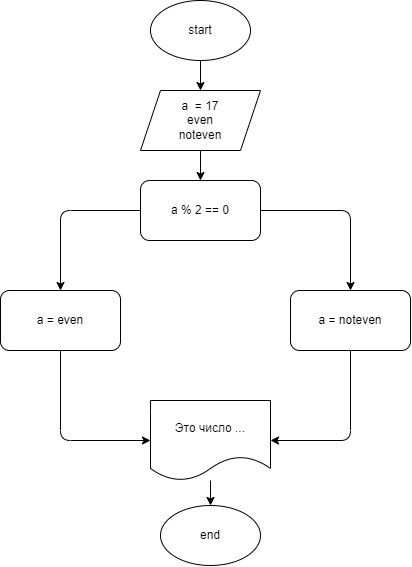
The draw.io diagram Lessons01/Examples/Task006/diagram.drawio.png in Mypulse/dotnet, before a commit. Source tidied: cells renumbered, new cells last; positions are measured from the earlier drawing's top-left corner, leaving out a move shared by most shapes.
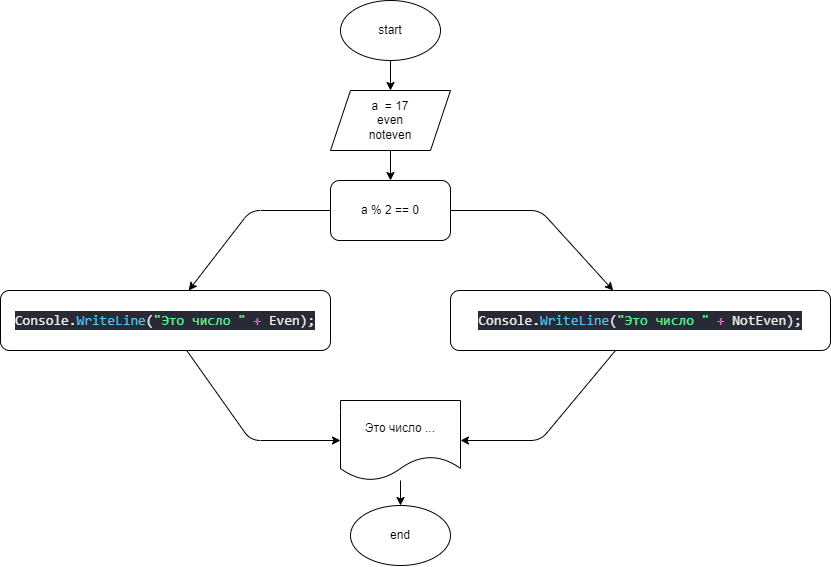
After the commit.

Commit message:
исправил блок-схему

The edit, as a diff of the source:
```diff
@@ -38,8 +38,8 @@
         </Array>
       </mxGeometry>
     </mxCell>
-    <mxCell id="10" value="a = even" style="rounded=1;whiteSpace=wrap;html=1;" parent="1" vertex="1">
-      <mxGeometry y="290" width="120" height="60" as="geometry" />
+    <mxCell id="10" value="&lt;div style=&quot;color: rgb(239 , 240 , 235) ; background-color: rgb(40 , 42 , 54) ; font-family: &amp;#34;consolas&amp;#34; , &amp;#34;courier new&amp;#34; , monospace ; font-size: 14px ; line-height: 19px&quot;&gt;Console.&lt;span style=&quot;color: #57c7ff&quot;&gt;WriteLine&lt;/span&gt;(&lt;span style=&quot;color: #5af78e&quot;&gt;&quot;Это число &quot;&lt;/span&gt; &lt;span style=&quot;color: #ff6ac1&quot;&gt;+&lt;/span&gt; Even);&lt;/div&gt;" style="rounded=1;whiteSpace=wrap;html=1;" parent="1" vertex="1">
+      <mxGeometry x="-190" y="290" width="330" height="60" as="geometry" />
     </mxCell>
     <mxCell id="11" style="edgeStyle=none;html=1;entryX=1;entryY=0.5;entryDx=0;entryDy=0;" parent="1" edge="1" source="12" target="14">
       <mxGeometry relative="1" as="geometry">
@@ -48,8 +48,8 @@
         </Array>
       </mxGeometry>
     </mxCell>
-    <mxCell id="12" value="a = noteven" style="rounded=1;whiteSpace=wrap;html=1;" parent="1" vertex="1">
-      <mxGeometry x="290" y="290" width="120" height="60" as="geometry" />
+    <mxCell id="12" value="&lt;div style=&quot;color: rgb(239 , 240 , 235) ; background-color: rgb(40 , 42 , 54) ; font-family: &amp;#34;consolas&amp;#34; , &amp;#34;courier new&amp;#34; , monospace ; font-size: 14px ; line-height: 19px&quot;&gt;Console.&lt;span style=&quot;color: #57c7ff&quot;&gt;WriteLine&lt;/span&gt;(&lt;span style=&quot;color: #5af78e&quot;&gt;&quot;Это число &quot;&lt;/span&gt; &lt;span style=&quot;color: #ff6ac1&quot;&gt;+&lt;/span&gt; NotEven);&lt;/div&gt;" style="rounded=1;whiteSpace=wrap;html=1;" parent="1" vertex="1">
+      <mxGeometry x="260" y="290" width="380" height="60" as="geometry" />
     </mxCell>
     <mxCell id="13" style="edgeStyle=none;html=1;entryX=0.5;entryY=0;entryDx=0;entryDy=0;" parent="1" edge="1" source="14" target="15">
       <mxGeometry relative="1" as="geometry" />
```
